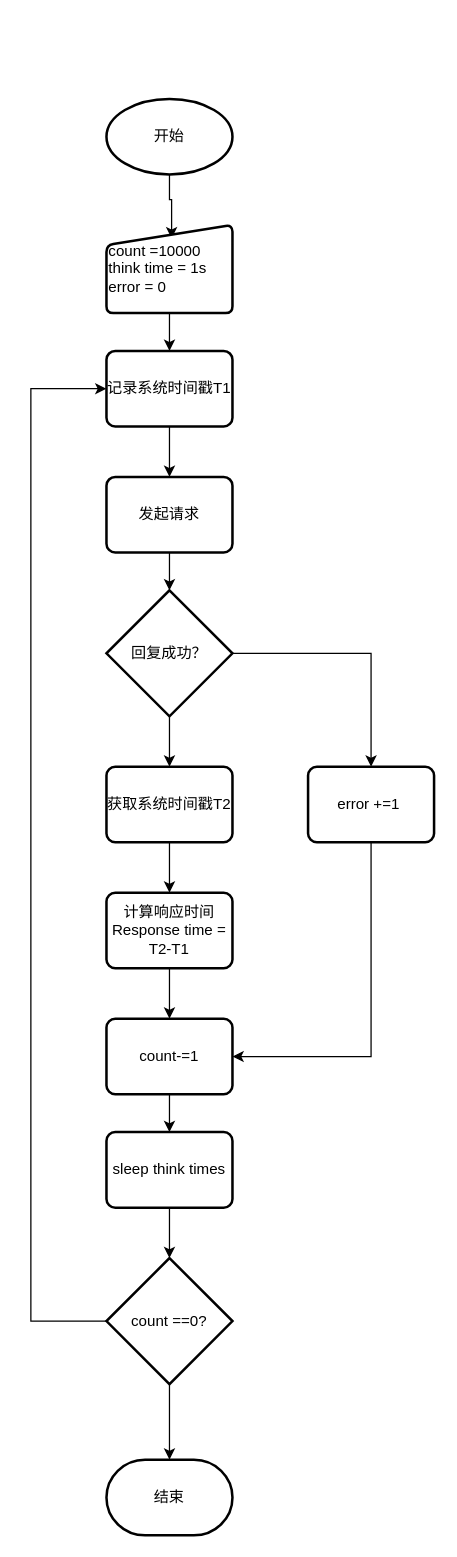
Earlier version of the draw.io diagram page "Copy of Page-2" (3 of 3) of test_flow.drawio (bingo787/draw). Source tidied: cells renumbered, new cells numbered last; positions are measured from the earlier drawing's top-left corner, leaving out a move shared by most shapes. Both pictures are drawn from the tidied source at 126%, with x=0, y=0 at pixel (30, 98).
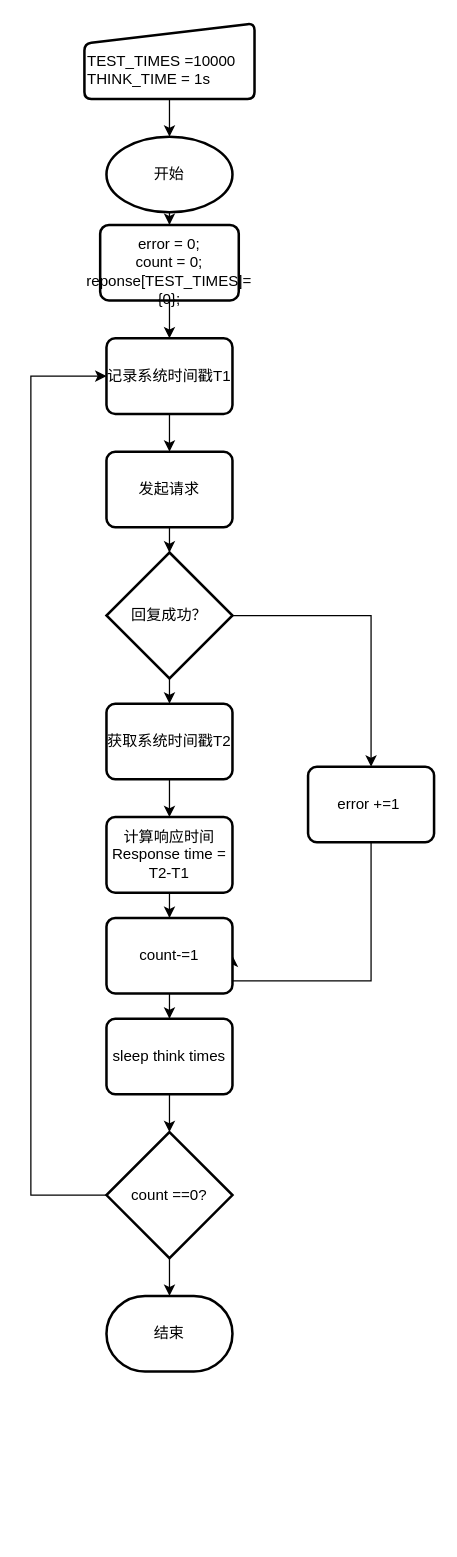
The same diagram, later.

The change refers to these unchanged cells:
```xml
<mxCell id="17" value="error +=1&amp;nbsp;" style="rounded=1;whiteSpace=wrap;html=1;absoluteArcSize=1;arcSize=14;strokeWidth=2;align=center;" parent="1" vertex="1">
  <mxGeometry x="220" y="530" width="100" height="60" as="geometry" />
</mxCell>
```

Change to the diagram source:
```diff
@@
-    <mxCell id="2" style="edgeStyle=orthogonalEdgeStyle;rounded=0;jettySize=auto;html=1;exitX=0.5;exitY=1;exitDx=0;exitDy=0;exitPerimeter=0;entryX=0.517;entryY=0.153;entryDx=0;entryDy=0;entryPerimeter=0;" parent="1" edge="1" source="3" target="19">
-      <mxGeometry relative="1" as="geometry" />
-    </mxCell>
+    <mxCell id="27" style="edgeStyle=orthogonalEdgeStyle;rounded=0;jettySize=auto;html=1;entryX=0.5;entryY=0;entryDx=0;entryDy=0;" parent="1" edge="1" source="3" target="30">
+      <mxGeometry relative="1" as="geometry" />
+    </mxCell>
     <mxCell id="3" value="开始" style="strokeWidth=2;html=1;shape=mxgraph.flowchart.start_1;whiteSpace=wrap;" parent="1" vertex="1">
-      <mxGeometry x="60" width="100" height="60" as="geometry" />
+      <mxGeometry x="60" y="30" width="100" height="60" as="geometry" />
     </mxCell>
@@
     <mxCell id="5" value="发起请求" style="rounded=1;whiteSpace=wrap;html=1;absoluteArcSize=1;arcSize=14;strokeWidth=2;align=center;" parent="1" vertex="1">
-      <mxGeometry x="60" y="300" width="100" height="60" as="geometry" />
+      <mxGeometry x="60" y="280" width="100" height="60" as="geometry" />
     </mxCell>
     <mxCell id="6" value="结束" style="strokeWidth=2;html=1;shape=mxgraph.flowchart.terminator;whiteSpace=wrap;align=center;" parent="1" vertex="1">
-      <mxGeometry x="60" y="1080" width="100" height="60" as="geometry" />
+      <mxGeometry x="60" y="950" width="100" height="60" as="geometry" />
     </mxCell>
@@
     <mxCell id="9" value="回复成功？" style="strokeWidth=2;html=1;shape=mxgraph.flowchart.decision;whiteSpace=wrap;" parent="1" vertex="1">
-      <mxGeometry x="60" y="390" width="100" height="100" as="geometry" />
+      <mxGeometry x="60" y="360" width="100" height="100" as="geometry" />
     </mxCell>
@@
     <mxCell id="11" value="获取系统时间戳T2" style="rounded=1;whiteSpace=wrap;html=1;absoluteArcSize=1;arcSize=14;strokeWidth=2;align=center;" parent="1" vertex="1">
-      <mxGeometry x="60" y="530" width="100" height="60" as="geometry" />
+      <mxGeometry x="60" y="480" width="100" height="60" as="geometry" />
     </mxCell>
@@
     <mxCell id="13" value="记录系统时间戳T1" style="rounded=1;whiteSpace=wrap;html=1;absoluteArcSize=1;arcSize=14;strokeWidth=2;align=center;" parent="1" vertex="1">
-      <mxGeometry x="60" y="200" width="100" height="60" as="geometry" />
+      <mxGeometry x="60" y="190" width="100" height="60" as="geometry" />
     </mxCell>
@@
     <mxCell id="15" value="计算响应时间 Response time = T2-T1" style="rounded=1;whiteSpace=wrap;html=1;absoluteArcSize=1;arcSize=14;strokeWidth=2;align=center;" parent="1" vertex="1">
-      <mxGeometry x="60" y="630" width="100" height="60" as="geometry" />
+      <mxGeometry x="60" y="570" width="100" height="60" as="geometry" />
     </mxCell>
     <mxCell id="16" style="edgeStyle=orthogonalEdgeStyle;rounded=0;jettySize=auto;html=1;entryX=1;entryY=0.5;entryDx=0;entryDy=0;" parent="1" edge="1" source="17" target="24">
       <mxGeometry relative="1" as="geometry">
         <Array as="points">
-          <mxPoint x="270" y="760" />
+          <mxPoint x="270" y="700" />
         </Array>
       </mxGeometry>
     </mxCell>
@@
-    <mxCell id="18" style="edgeStyle=orthogonalEdgeStyle;rounded=0;jettySize=auto;html=1;entryX=0.5;entryY=0;entryDx=0;entryDy=0;" parent="1" edge="1" source="19" target="13">
-      <mxGeometry relative="1" as="geometry" />
-    </mxCell>
+    <mxCell id="28" style="edgeStyle=orthogonalEdgeStyle;rounded=0;jettySize=auto;html=1;entryX=0.5;entryY=0;entryDx=0;entryDy=0;entryPerimeter=0;" parent="1" edge="1" source="19" target="3">
+      <mxGeometry relative="1" as="geometry" />
+    </mxCell>
-    <mxCell id="19" value="count =10000&lt;br&gt;think time = 1s error = 0" style="html=1;strokeWidth=2;shape=manualInput;whiteSpace=wrap;rounded=1;size=16;arcSize=11;align=left;" parent="1" vertex="1">
-      <mxGeometry x="60" y="100" width="100" height="70" as="geometry" />
+    <mxCell id="19" value="&lt;br&gt;TEST_TIMES =10000&lt;br&gt;THINK_TIME = 1s&amp;nbsp;" style="html=1;strokeWidth=2;shape=manualInput;whiteSpace=wrap;rounded=1;size=16;arcSize=11;align=left;" parent="1" vertex="1">
+      <mxGeometry x="42.5" y="-60" width="135" height="60" as="geometry" />
     </mxCell>
     <mxCell id="20" style="edgeStyle=orthogonalEdgeStyle;rounded=0;jettySize=auto;html=1;exitX=0;exitY=0.5;exitDx=0;exitDy=0;exitPerimeter=0;entryX=0;entryY=0.5;entryDx=0;entryDy=0;" parent="1" edge="1" source="22" target="13">
       <mxGeometry relative="1" as="geometry">
         <Array as="points">
-          <mxPoint y="970" />
-          <mxPoint y="230" />
+          <mxPoint y="870" />
+          <mxPoint y="220" />
         </Array>
       </mxGeometry>
     </mxCell>
@@
     <mxCell id="22" value="count ==0?" style="strokeWidth=2;html=1;shape=mxgraph.flowchart.decision;whiteSpace=wrap;" parent="1" vertex="1">
-      <mxGeometry x="60" y="920" width="100" height="100" as="geometry" />
+      <mxGeometry x="60" y="820" width="100" height="100" as="geometry" />
     </mxCell>
@@
     <mxCell id="24" value="count-=1" style="rounded=1;whiteSpace=wrap;html=1;absoluteArcSize=1;arcSize=14;strokeWidth=2;align=center;" parent="1" vertex="1">
-      <mxGeometry x="60" y="730" width="100" height="60" as="geometry" />
+      <mxGeometry x="60" y="650" width="100" height="60" as="geometry" />
     </mxCell>
@@
     <mxCell id="26" value="sleep think times" style="rounded=1;whiteSpace=wrap;html=1;absoluteArcSize=1;arcSize=14;strokeWidth=2;align=center;" parent="1" vertex="1">
-      <mxGeometry x="60" y="820" width="100" height="60" as="geometry" />
+      <mxGeometry x="60" y="730" width="100" height="60" as="geometry" />
     </mxCell>
+    <mxCell id="29" style="edgeStyle=orthogonalEdgeStyle;rounded=0;jettySize=auto;html=1;entryX=0.5;entryY=0;entryDx=0;entryDy=0;" parent="1" edge="1" source="30" target="13">
+      <mxGeometry relative="1" as="geometry" />
+    </mxCell>
+    <mxCell id="30" value="&lt;br&gt;error = 0;&lt;br&gt;count = 0;&lt;br&gt;reponse[&lt;span style=&quot;text-align: left&quot;&gt;TEST_TIMES]={0};&lt;/span&gt;" style="rounded=1;whiteSpace=wrap;html=1;absoluteArcSize=1;arcSize=14;strokeWidth=2;align=center;" parent="1" vertex="1">
+      <mxGeometry x="55" y="100" width="110" height="60" as="geometry" />
+    </mxCell>
```
